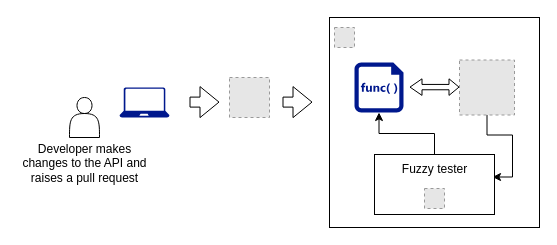
The draw.io diagram page "fuzzy testing" (4 of 4) of relio.drawio in abunuwas/conferences-images, before the edit. Source tidied: cells renumbered, new cells numbered last; positions are measured from the earlier drawing's top-left corner, leaving out a move shared by most shapes. Both pictures are drawn from the tidied source at 100%, with x=0, y=0 at pixel (17, 17). Pictures stored in the file or linked from it are replaced by grey dashed boxes.
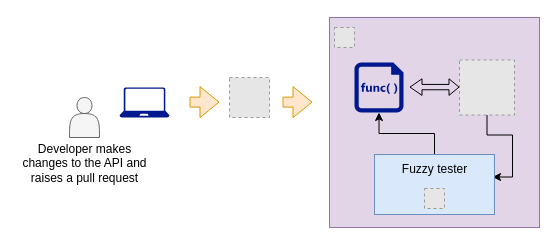
Above is the later version.

Change to the diagram source:
```diff
@@
-    <mxCell id="2" style="rounded=0;whiteSpace=wrap;html=1;" parent="1" vertex="1">
+    <mxCell id="2" style="rounded=0;whiteSpace=wrap;html=1;fillColor=#e1d5e7;strokeColor=#9673a6;" parent="1" vertex="1">
       <mxGeometry x="312" width="210" height="210" as="geometry" />
     </mxCell>
-    <mxCell id="3" style="shape=actor;whiteSpace=wrap;html=1;" parent="1" vertex="1">
+    <mxCell id="3" style="shape=actor;whiteSpace=wrap;html=1;fillColor=#f5f5f5;fontColor=#333333;strokeColor=#666666;" parent="1" vertex="1">
       <mxGeometry x="52" y="80" width="30" height="40" as="geometry" />
     </mxCell>
@@
-    <mxCell id="10" style="shape=flexArrow;endArrow=classic;html=1;rounded=0;" parent="1" edge="1">
+    <mxCell id="10" style="shape=flexArrow;endArrow=classic;html=1;rounded=0;fillColor=#ffe6cc;strokeColor=#d79b00;" parent="1" edge="1">
       <mxGeometry relative="1" as="geometry">
         <mxPoint x="172" y="84.6" as="sourcePoint" />
         <mxPoint x="202" y="84.6" as="targetPoint" />
       </mxGeometry>
     </mxCell>
-    <mxCell id="11" style="shape=flexArrow;endArrow=classic;html=1;rounded=0;" parent="1" edge="1">
+    <mxCell id="11" style="shape=flexArrow;endArrow=classic;html=1;rounded=0;fillColor=#ffe6cc;strokeColor=#d79b00;" parent="1" edge="1">
       <mxGeometry relative="1" as="geometry">
         <mxPoint x="265" y="84.6" as="sourcePoint" />
         <mxPoint x="295" y="84.6" as="targetPoint" />
       </mxGeometry>
     </mxCell>
@@
-    <mxCell id="15" style="rounded=0;whiteSpace=wrap;html=1;" parent="1" vertex="1">
+    <mxCell id="15" style="rounded=0;whiteSpace=wrap;html=1;fillColor=#dae8fc;strokeColor=#6c8ebf;" parent="1" vertex="1">
       <mxGeometry x="357" y="137" width="120" height="60" as="geometry" />
     </mxCell>
```
